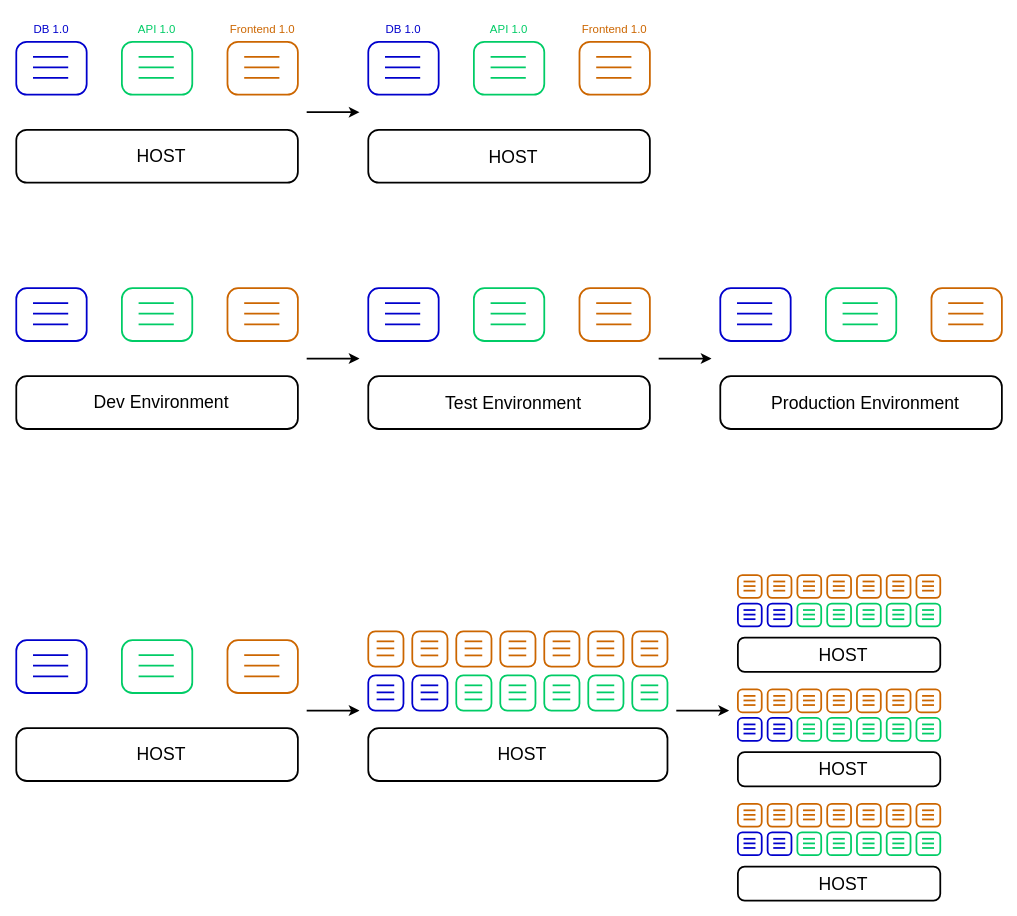
Above: page "component-upgrade" (3 of 5) of modules/02-docker-story/images/docker-story-drawings.drawio in Gepardec/containerization-training (draw.io), before the change. Source tidied: cells renumbered, new cells numbered last; positions are measured from the earlier drawing's top-left corner, leaving out a move shared by most shapes. Both pictures are drawn from the tidied source at 88%, with x=0, y=0 at pixel (16, 15).
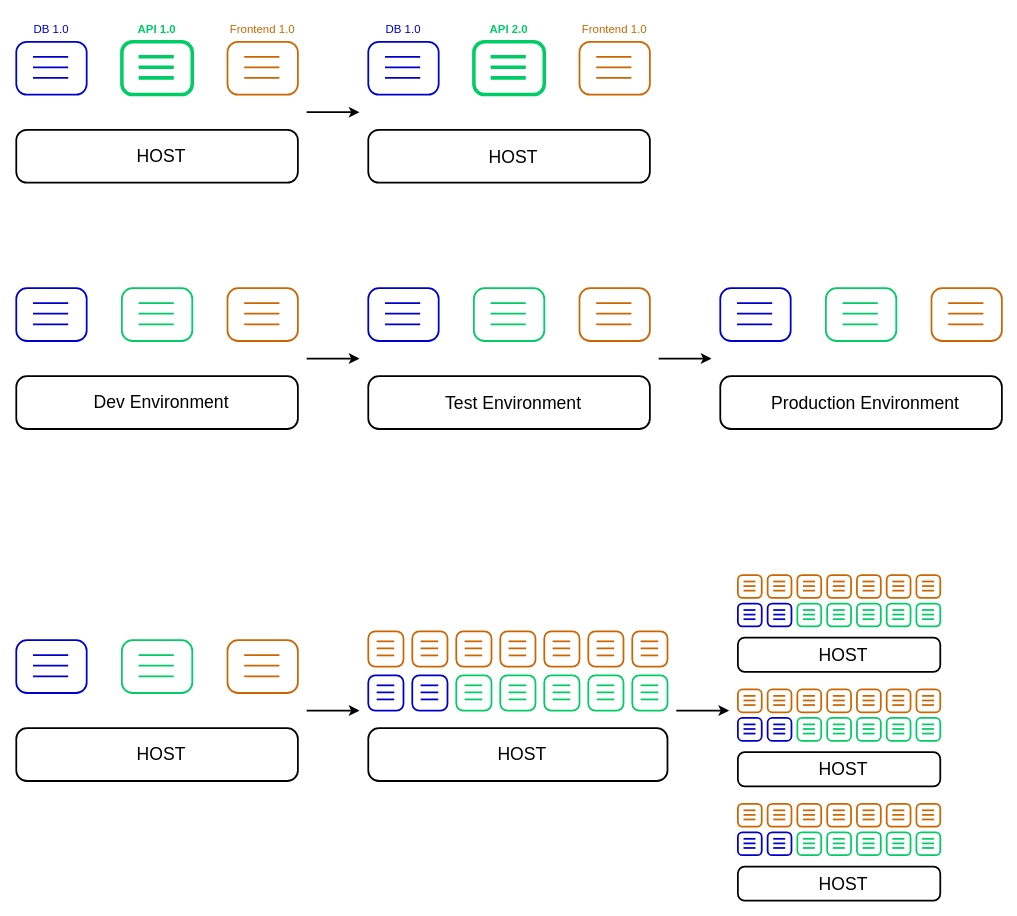
After the change.

The edit, as a diff of the source:
```diff
@@
-    <mxCell id="6" style="rounded=1;whiteSpace=wrap;html=1;arcSize=20;fontSize=18;align=center;perimeterSpacing=0;spacingLeft=10;strokeColor=#00CC66;strokeWidth=2;" parent="1" vertex="1">
+    <mxCell id="6" style="rounded=1;whiteSpace=wrap;html=1;arcSize=20;fontSize=18;align=center;perimeterSpacing=0;spacingLeft=10;strokeColor=#00CC66;strokeWidth=4;fontStyle=1;" parent="1" vertex="1">
       <mxGeometry x="120" y="30" width="80" height="60" as="geometry" />
     </mxCell>
-    <mxCell id="7" style="endArrow=none;html=1;rounded=0;strokeColor=#00CC66;strokeWidth=2;" parent="1" edge="1">
+    <mxCell id="7" style="endArrow=none;html=1;rounded=0;strokeColor=#00CC66;strokeWidth=4;fontStyle=1;" parent="1" edge="1">
       <mxGeometry relative="1" as="geometry">
         <mxPoint x="139" y="47" as="sourcePoint" />
         <mxPoint x="179" y="47" as="targetPoint" />
       </mxGeometry>
     </mxCell>
-    <mxCell id="8" style="endArrow=none;html=1;rounded=0;strokeColor=#00CC66;strokeWidth=2;" parent="1" edge="1">
+    <mxCell id="8" style="endArrow=none;html=1;rounded=0;strokeColor=#00CC66;strokeWidth=4;fontStyle=1;" parent="1" edge="1">
       <mxGeometry relative="1" as="geometry">
         <mxPoint x="139" y="59" as="sourcePoint" />
         <mxPoint x="179" y="59" as="targetPoint" />
       </mxGeometry>
     </mxCell>
-    <mxCell id="9" style="endArrow=none;html=1;rounded=0;strokeColor=#00CC66;strokeWidth=2;" parent="1" edge="1">
+    <mxCell id="9" style="endArrow=none;html=1;rounded=0;strokeColor=#00CC66;strokeWidth=4;fontStyle=1;" parent="1" edge="1">
       <mxGeometry relative="1" as="geometry">
         <mxPoint x="139" y="71" as="sourcePoint" />
         <mxPoint x="179" y="71" as="targetPoint" />
       </mxGeometry>
     </mxCell>
@@
-    <mxCell id="18" style="rounded=1;whiteSpace=wrap;html=1;arcSize=20;fontSize=18;align=center;perimeterSpacing=0;spacingLeft=10;strokeColor=#00CC66;strokeWidth=2;" parent="1" vertex="1">
+    <mxCell id="18" style="rounded=1;whiteSpace=wrap;html=1;arcSize=20;fontSize=18;align=center;perimeterSpacing=0;spacingLeft=10;strokeColor=#00CC66;strokeWidth=4;fontStyle=1;" parent="1" vertex="1">
       <mxGeometry x="520" y="30" width="80" height="60" as="geometry" />
     </mxCell>
-    <mxCell id="19" style="endArrow=none;html=1;rounded=0;strokeColor=#00CC66;strokeWidth=2;" parent="1" edge="1">
+    <mxCell id="19" style="endArrow=none;html=1;rounded=0;strokeColor=#00CC66;strokeWidth=4;fontStyle=1;" parent="1" edge="1">
       <mxGeometry relative="1" as="geometry">
         <mxPoint x="539" y="47" as="sourcePoint" />
         <mxPoint x="579" y="47" as="targetPoint" />
       </mxGeometry>
     </mxCell>
-    <mxCell id="20" style="endArrow=none;html=1;rounded=0;strokeColor=#00CC66;strokeWidth=2;" parent="1" edge="1">
+    <mxCell id="20" style="endArrow=none;html=1;rounded=0;strokeColor=#00CC66;strokeWidth=4;fontStyle=1;" parent="1" edge="1">
       <mxGeometry relative="1" as="geometry">
         <mxPoint x="539" y="59" as="sourcePoint" />
         <mxPoint x="579" y="59" as="targetPoint" />
       </mxGeometry>
     </mxCell>
-    <mxCell id="21" style="endArrow=none;html=1;rounded=0;strokeColor=#00CC66;strokeWidth=2;" parent="1" edge="1">
+    <mxCell id="21" style="endArrow=none;html=1;rounded=0;strokeColor=#00CC66;strokeWidth=4;fontStyle=1;" parent="1" edge="1">
       <mxGeometry relative="1" as="geometry">
         <mxPoint x="539" y="71" as="sourcePoint" />
         <mxPoint x="579" y="71" as="targetPoint" />
       </mxGeometry>
     </mxCell>
@@
-    <mxCell id="27" value="API 1.0" style="text;html=1;strokeColor=none;fillColor=none;align=center;verticalAlign=middle;whiteSpace=wrap;rounded=0;fontColor=#00CC66;fontSize=13;" parent="1" vertex="1">
+    <mxCell id="27" value="API 1.0" style="text;html=1;strokeColor=none;fillColor=none;align=center;verticalAlign=middle;whiteSpace=wrap;rounded=0;fontColor=#00CC66;fontSize=13;fontStyle=1;strokeWidth=4;" parent="1" vertex="1">
       <mxGeometry x="120" width="80" height="30" as="geometry" />
     </mxCell>
@@
-    <mxCell id="30" value="API 1.0" style="text;html=1;strokeColor=none;fillColor=none;align=center;verticalAlign=middle;whiteSpace=wrap;rounded=0;fontColor=#00CC66;fontSize=13;" parent="1" vertex="1">
+    <mxCell id="30" value="API 2.0" style="text;html=1;strokeColor=none;fillColor=none;align=center;verticalAlign=middle;whiteSpace=wrap;rounded=0;fontColor=#00CC66;fontSize=13;strokeWidth=4;fontStyle=1;" parent="1" vertex="1">
       <mxGeometry x="520" width="80" height="30" as="geometry" />
     </mxCell>
```
